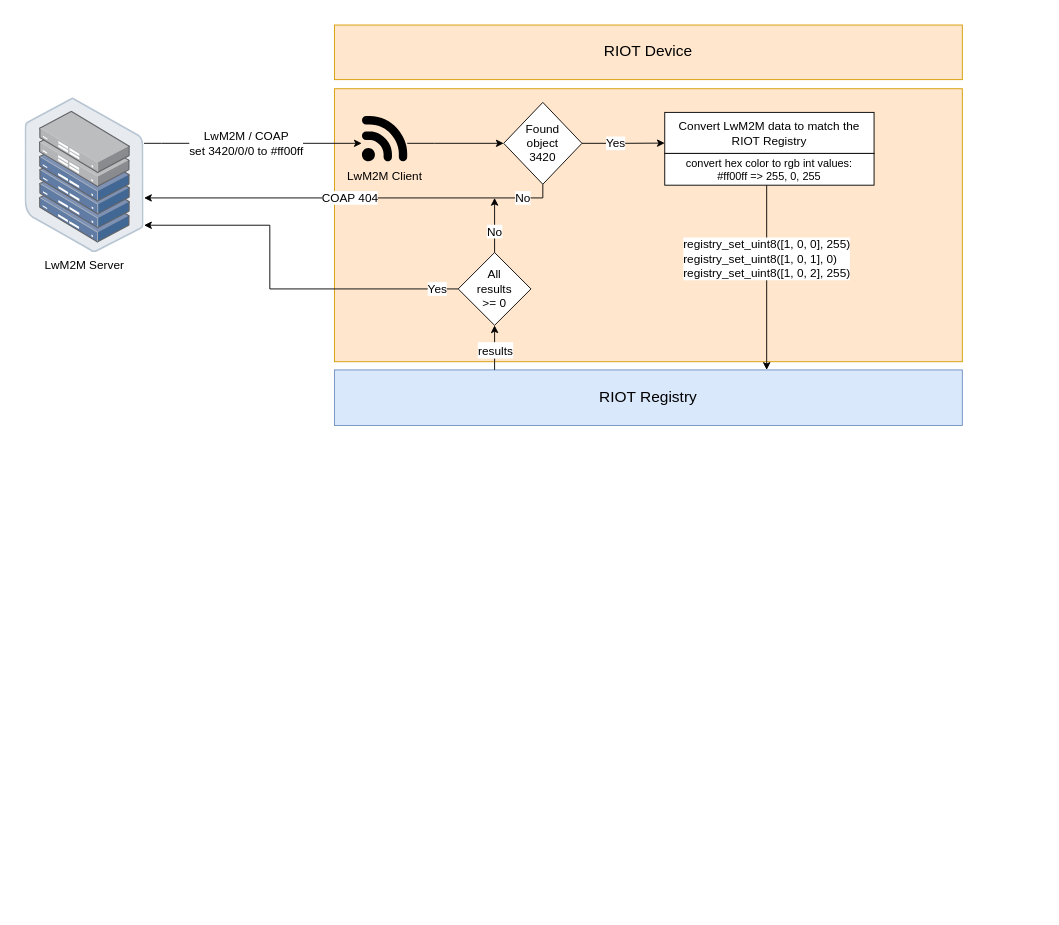
This is doc/drawio/lwm2m_integration_flow.drawio from LasseRosenow/riot-runtime-config, a draw.io file, before an edit. Source tidied: cells renumbered, new cells numbered last; positions are measured from the earlier drawing's top-left corner, leaving out a move shared by most shapes. Both pictures are drawn from the tidied source at 91%, with x=0, y=0 at pixel (15, 15).
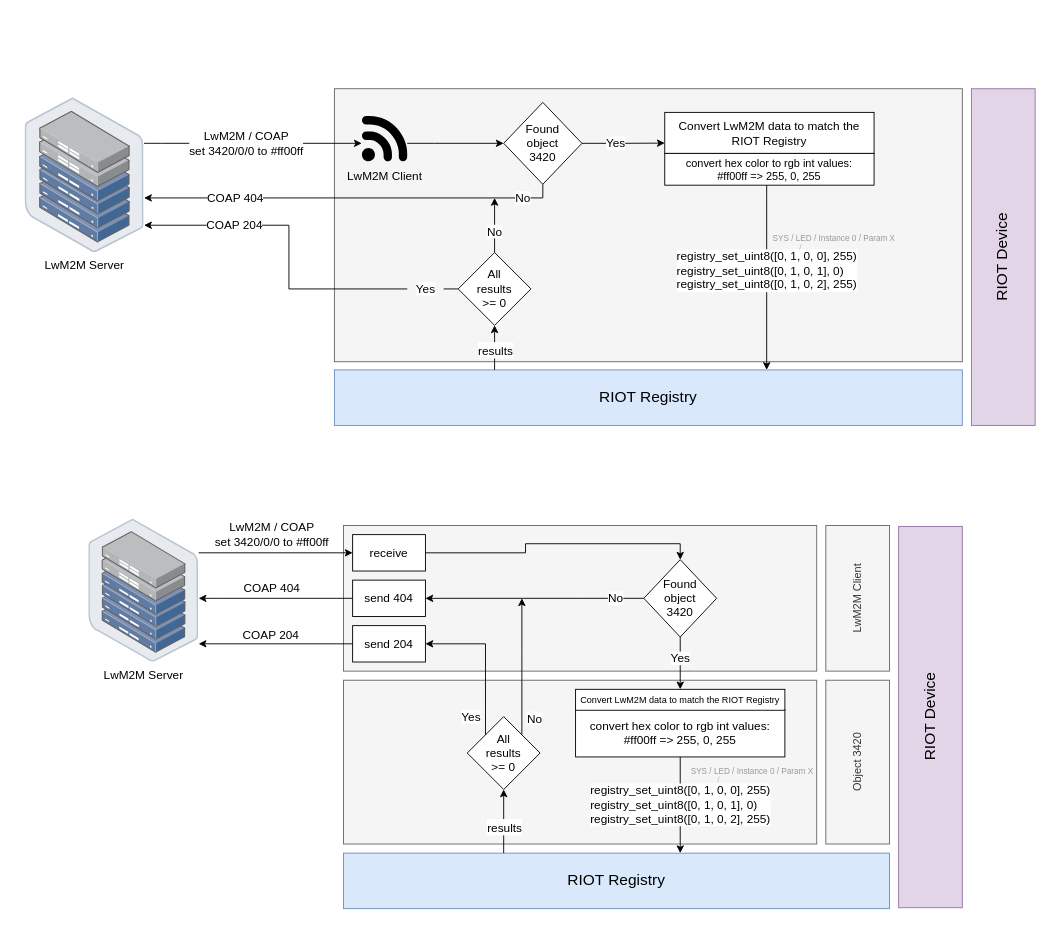
Above is the later version.

The change refers to these unchanged cells:
```xml
<mxCell id="4" value="&lt;font style=&quot;font-size: 13px&quot;&gt;LwM2M Server&lt;/font&gt;" style="points=[];html=1;align=center;shadow=0;dashed=0;image;image=img/lib/allied_telesis/storage/Datacenter_Server_Half_Rack_ToR.svg;" parent="1" vertex="1">
  <mxGeometry x="10" y="90" width="130.8" height="170" as="geometry" />
</mxCell>
<mxCell id="7" value="&lt;font style=&quot;font-size: 13px&quot;&gt;Found &lt;br&gt;object&lt;br&gt;3420&lt;/font&gt;" style="rhombus;whiteSpace=wrap;html=1;" parent="1" vertex="1">
  <mxGeometry x="536" y="95" width="86" height="90" as="geometry" />
</mxCell>
<mxCell id="13" value="&lt;font style=&quot;font-size: 17px&quot;&gt;RIOT Registry&lt;/font&gt;" style="rounded=0;whiteSpace=wrap;html=1;fillColor=#dae8fc;strokeColor=#6c8ebf;" parent="1" vertex="1">
  <mxGeometry x="350" y="389" width="690" height="61" as="geometry" />
</mxCell>
<mxCell id="17" value="&lt;font style=&quot;font-size: 13px&quot;&gt;All &lt;br&gt;results &lt;br&gt;&amp;gt;= 0&lt;/font&gt;" style="rhombus;whiteSpace=wrap;html=1;" parent="1" vertex="1">
  <mxGeometry x="486" y="260" width="80" height="80" as="geometry" />
</mxCell>
<mxCell id="21" value="&lt;font style=&quot;font-size: 12px&quot;&gt;convert hex color to rgb int values:&lt;br&gt;#ff00ff =&amp;gt; 255, 0, 255&lt;br&gt;&lt;/font&gt;" style="rounded=0;whiteSpace=wrap;html=1;" parent="20" vertex="1">
  <mxGeometry y="45" width="230" height="35" as="geometry" />
</mxCell>
```

Change to the diagram source:
```diff
@@
+    <mxCell id="23" style="rounded=0;whiteSpace=wrap;html=1;fillColor=#f5f5f5;strokeColor=#666666;fontColor=#333333;" parent="1" vertex="1">
+      <mxGeometry x="360" y="730" width="520" height="180" as="geometry" />
+    </mxCell>
     <mxCell id="2" style="rounded=0;whiteSpace=wrap;html=1;strokeColor=none;" parent="1" vertex="1">
-      <mxGeometry width="1050" height="460" as="geometry" />
+      <mxGeometry y="70" width="1130" height="400" as="geometry" />
     </mxCell>
-    <mxCell id="3" style="rounded=0;whiteSpace=wrap;html=1;fillColor=#ffe6cc;strokeColor=#d79b00;" parent="1" vertex="1">
+    <mxCell id="3" style="rounded=0;whiteSpace=wrap;html=1;fillColor=#f5f5f5;strokeColor=#666666;fontColor=#333333;" parent="1" vertex="1">
       <mxGeometry x="350" y="80" width="690" height="300" as="geometry" />
     </mxCell>
@@
     <mxCell id="6" value="&lt;font style=&quot;font-size: 13px&quot;&gt;COAP 404&lt;/font&gt;" style="edgeStyle=elbowEdgeStyle;rounded=0;html=1;startArrow=none;exitX=0.5;exitY=1;exitDx=0;exitDy=0;" parent="1" edge="1" source="7" target="4">
-      <mxGeometry relative="1" as="geometry">
+      <mxGeometry x="0.56" relative="1" as="geometry">
         <Array as="points">
           <mxPoint x="579" y="200" />
           <mxPoint x="460" y="200" />
         </Array>
       </mxGeometry>
     </mxCell>
@@
-    <mxCell id="9" value="&lt;font style=&quot;font-size: 17px&quot;&gt;RIOT Device&lt;/font&gt;" style="rounded=0;whiteSpace=wrap;html=1;fillColor=#ffe6cc;strokeColor=#d79b00;" parent="1" vertex="1">
-      <mxGeometry x="350" y="10" width="690" height="60" as="geometry" />
-    </mxCell>
@@
-    <mxCell id="14" value="&lt;font style=&quot;font-size: 13px&quot;&gt;&lt;font style=&quot;font-size: 13px&quot;&gt;registry_set_uint8([1, 0, 0], 255)&lt;br&gt;&lt;/font&gt;&lt;/font&gt;&lt;div style=&quot;text-align: left ; font-size: 13px&quot;&gt;&lt;font style=&quot;font-size: 13px&quot;&gt;registry_set_uint8([1, 0, 1], 0)&lt;/font&gt;&lt;/div&gt;&lt;font style=&quot;font-size: 13px&quot;&gt;registry_set_uint8([1, 0, 2], 255)&lt;/font&gt;" style="edgeStyle=elbowEdgeStyle;rounded=0;html=1;" parent="1" edge="1" source="21" target="13">
-      <mxGeometry x="-0.2" relative="1" as="geometry">
+    <mxCell id="14" value="&lt;font style=&quot;font-size: 13px&quot;&gt;&lt;font style=&quot;font-size: 13px&quot;&gt;registry_set_uint8([0, 1, 0, 0], 255)&lt;br&gt;&lt;/font&gt;&lt;/font&gt;&lt;div style=&quot;text-align: left ; font-size: 13px&quot;&gt;&lt;font style=&quot;font-size: 13px&quot;&gt;registry_set_uint8([0, 1, 0, 1], 0)&lt;/font&gt;&lt;/div&gt;&lt;font style=&quot;font-size: 13px&quot;&gt;registry_set_uint8([0, 1, 0, 2], 255)&lt;/font&gt;" style="edgeStyle=elbowEdgeStyle;rounded=0;html=1;" parent="1" edge="1" source="21" target="13">
+      <mxGeometry x="-0.07" relative="1" as="geometry">
         <Array as="points">
           <mxPoint x="825" y="200" />
           <mxPoint x="825" y="260" />
           <mxPoint x="470" y="150" />
         </Array>
       </mxGeometry>
     </mxCell>
@@
-    <mxCell id="19" value="&lt;font style=&quot;font-size: 13px&quot;&gt;Yes&lt;/font&gt;" style="edgeStyle=elbowEdgeStyle;rounded=0;html=1;exitX=0;exitY=0.5;exitDx=0;exitDy=0;" parent="1" edge="1" source="17" target="4">
-      <mxGeometry x="-0.89" relative="1" as="geometry">
+    <mxCell id="19" value="&lt;font style=&quot;font-size: 13px&quot;&gt;COAP 204&lt;/font&gt;" style="edgeStyle=elbowEdgeStyle;rounded=0;html=1;exitX=0;exitY=0.5;exitDx=0;exitDy=0;startArrow=none;" parent="1" edge="1" source="26" target="4">
+      <mxGeometry x="0.45" relative="1" as="geometry">
         <Array as="points">
+          <mxPoint x="300" y="230" />
           <mxPoint x="279" y="230" />
           <mxPoint x="279" y="210" />
         </Array>
       </mxGeometry>
     </mxCell>
@@
+    <mxCell id="24" value="&lt;span style=&quot;font-family: &amp;#34;helvetica&amp;#34; ; font-style: normal ; font-weight: 400 ; letter-spacing: normal ; text-align: center ; text-indent: 0px ; text-transform: none ; word-spacing: 0px ; display: inline ; float: none&quot;&gt;&lt;font style=&quot;font-size: 9px&quot; color=&quot;#999999&quot;&gt;SYS / LED / Instance 0 / Param X&lt;/font&gt;&lt;/span&gt;" style="text;whiteSpace=wrap;html=1;fillColor=none;" parent="1" vertex="1">
+      <mxGeometry x="830" y="230" width="140" height="30" as="geometry" />
+    </mxCell>
+    <mxCell id="25" style="endArrow=none;html=1;fontSize=9;fontColor=#999999;strokeColor=#999999;strokeWidth=0.5;" parent="1" edge="1">
+      <mxGeometry relative="1" as="geometry">
+        <mxPoint x="861" y="257" as="sourcePoint" />
+        <mxPoint x="863" y="251" as="targetPoint" />
+      </mxGeometry>
+    </mxCell>
+    <mxCell id="26" value="&lt;font style=&quot;background-color: rgb(255 , 255 , 255) ; font-size: 13px&quot;&gt;Yes&lt;/font&gt;" style="text;html=1;align=center;verticalAlign=middle;points=[];strokeColor=none;fillColor=none;strokeWidth=0;" parent="1" vertex="1">
+      <mxGeometry x="430" y="290" width="40" height="20" as="geometry" />
+    </mxCell>
+    <mxCell id="27" style="edgeStyle=elbowEdgeStyle;rounded=0;html=1;exitX=0;exitY=0.5;exitDx=0;exitDy=0;endArrow=none;" parent="1" edge="1" source="17" target="26">
+      <mxGeometry x="0.52" relative="1" as="geometry" />
+    </mxCell>
+    <mxCell id="28" value="&lt;font style=&quot;font-size: 17px&quot;&gt;RIOT Device&lt;/font&gt;" style="rounded=0;whiteSpace=wrap;html=1;fillColor=#e1d5e7;strokeColor=#9673a6;horizontal=0;" parent="1" vertex="1">
+      <mxGeometry x="1050" y="80" width="70" height="370" as="geometry" />
+    </mxCell>
+    <mxCell id="29" style="rounded=0;whiteSpace=wrap;html=1;fillColor=#f5f5f5;strokeColor=#666666;fontColor=#333333;" parent="1" vertex="1">
+      <mxGeometry x="360" y="560" width="520" height="160" as="geometry" />
+    </mxCell>
+    <mxCell id="30" value="&lt;font style=&quot;font-size: 13px&quot;&gt;LwM2M Server&lt;/font&gt;" style="points=[];html=1;align=center;shadow=0;dashed=0;image;image=img/lib/allied_telesis/storage/Datacenter_Server_Half_Rack_ToR.svg;" parent="1" vertex="1">
+      <mxGeometry x="80" y="553" width="120.8" height="157" as="geometry" />
+    </mxCell>
+    <mxCell id="31" value="&lt;font style=&quot;font-size: 13px&quot;&gt;LwM2M / COAP&lt;br&gt;set 3420/0/0 to #ff00ff&lt;/font&gt;" style="edgeStyle=elbowEdgeStyle;rounded=0;html=1;" parent="1" edge="1" source="30" target="49">
+      <mxGeometry x="-0.06" y="20" relative="1" as="geometry">
+        <Array as="points">
+          <mxPoint x="310" y="590" />
+          <mxPoint x="190" y="590" />
+        </Array>
+      </mxGeometry>
+    </mxCell>
+    <mxCell id="32" value="&lt;font style=&quot;font-size: 13px&quot;&gt;No&lt;/font&gt;" style="edgeStyle=elbowEdgeStyle;rounded=0;html=1;startArrow=none;exitX=0;exitY=0.5;exitDx=0;exitDy=0;" parent="1" edge="1" source="33" target="50">
+      <mxGeometry x="-0.74" relative="1" as="geometry">
+        <Array as="points">
+          <mxPoint x="620" y="640" />
+          <mxPoint x="589" y="680" />
+          <mxPoint x="470" y="680" />
+        </Array>
+      </mxGeometry>
+    </mxCell>
+    <mxCell id="33" value="&lt;font style=&quot;font-size: 13px&quot;&gt;Found &lt;br&gt;object&lt;br&gt;3420&lt;/font&gt;" style="rhombus;whiteSpace=wrap;html=1;" parent="1" vertex="1">
+      <mxGeometry x="690" y="597.5" width="80" height="85" as="geometry" />
+    </mxCell>
+    <mxCell id="34" value="&lt;font style=&quot;font-size: 13px&quot;&gt;Yes&lt;/font&gt;" style="edgeStyle=elbowEdgeStyle;rounded=0;html=1;exitX=0.5;exitY=1;exitDx=0;exitDy=0;" parent="1" edge="1" source="33" target="56">
+      <mxGeometry x="-0.2" relative="1" as="geometry" />
+    </mxCell>
+    <mxCell id="35" style="edgeStyle=orthogonalEdgeStyle;rounded=0;html=1;entryX=0.5;entryY=0;entryDx=0;entryDy=0;exitX=1;exitY=0.5;exitDx=0;exitDy=0;" parent="1" edge="1" source="49" target="33">
+      <mxGeometry x="-0.2" relative="1" as="geometry">
+        <Array as="points">
+          <mxPoint x="560" y="590" />
+          <mxPoint x="560" y="580" />
+          <mxPoint x="730" y="580" />
+        </Array>
+      </mxGeometry>
+    </mxCell>
+    <mxCell id="36" value="&lt;font style=&quot;font-size: 17px&quot;&gt;RIOT Registry&lt;/font&gt;" style="rounded=0;whiteSpace=wrap;html=1;fillColor=#dae8fc;strokeColor=#6c8ebf;" parent="1" vertex="1">
+      <mxGeometry x="360" y="920" width="600" height="61" as="geometry" />
+    </mxCell>
+    <mxCell id="37" value="&lt;font style=&quot;font-size: 13px&quot;&gt;&lt;font style=&quot;font-size: 13px&quot;&gt;registry_set_uint8([0, 1, 0, 0], 255)&lt;br&gt;&lt;/font&gt;&lt;/font&gt;&lt;div style=&quot;text-align: left ; font-size: 13px&quot;&gt;&lt;font style=&quot;font-size: 13px&quot;&gt;registry_set_uint8([0, 1, 0, 1], 0)&lt;/font&gt;&lt;/div&gt;&lt;font style=&quot;font-size: 13px&quot;&gt;registry_set_uint8([0, 1, 0, 2], 255)&lt;/font&gt;" style="edgeStyle=elbowEdgeStyle;rounded=0;html=1;" parent="1" edge="1" source="55" target="36">
+      <mxGeometry relative="1" as="geometry" />
+    </mxCell>
+    <mxCell id="38" style="edgeStyle=elbowEdgeStyle;rounded=0;html=1;entryX=0.5;entryY=1;entryDx=0;entryDy=0;" parent="1" edge="1" source="36" target="40">
+      <mxGeometry relative="1" as="geometry" />
+    </mxCell>
+    <mxCell id="39" value="&lt;font style=&quot;font-size: 13px&quot;&gt;results&lt;/font&gt;" style="edgeLabel;html=1;align=center;verticalAlign=middle;fontSize=15;" parent="38" vertex="1">
+      <mxGeometry x="-0.33" y="2" relative="1" as="geometry">
+        <mxPoint x="2" y="-7" as="offset" />
+      </mxGeometry>
+    </mxCell>
+    <mxCell id="40" value="&lt;font style=&quot;font-size: 13px&quot;&gt;All &lt;br&gt;results &lt;br&gt;&amp;gt;= 0&lt;/font&gt;" style="rhombus;whiteSpace=wrap;html=1;" parent="1" vertex="1">
+      <mxGeometry x="496" y="770" width="80" height="80" as="geometry" />
+    </mxCell>
+    <mxCell id="41" value="&lt;font style=&quot;font-size: 13px&quot;&gt;No&lt;/font&gt;" style="edgeStyle=elbowEdgeStyle;rounded=0;html=1;exitX=1;exitY=0;exitDx=0;exitDy=0;" parent="1" edge="1" source="40">
+      <mxGeometry x="-0.76" y="-14" relative="1" as="geometry">
+        <mxPoint x="556" y="640" as="targetPoint" />
+        <Array as="points">
+          <mxPoint x="556" y="700" />
+          <mxPoint x="570" y="690" />
+          <mxPoint x="536" y="700" />
+          <mxPoint x="536" y="760" />
+          <mxPoint x="536" y="720" />
+          <mxPoint x="490" y="690" />
+          <mxPoint x="480" y="630" />
+        </Array>
+      </mxGeometry>
+    </mxCell>
+    <mxCell id="42" value="&lt;font style=&quot;font-size: 13px&quot;&gt;Yes&lt;/font&gt;" style="edgeStyle=elbowEdgeStyle;rounded=0;html=1;startArrow=none;exitX=0;exitY=0;exitDx=0;exitDy=0;" parent="1" edge="1" source="40" target="52">
+      <mxGeometry x="-0.76" y="16" relative="1" as="geometry">
+        <Array as="points">
+          <mxPoint x="516" y="750" />
+          <mxPoint x="500" y="750" />
+          <mxPoint x="500" y="740" />
+        </Array>
+      </mxGeometry>
+    </mxCell>
+    <mxCell id="43" value="&lt;font style=&quot;font-size: 17px&quot;&gt;RIOT Device&lt;/font&gt;" style="rounded=0;whiteSpace=wrap;html=1;fillColor=#e1d5e7;strokeColor=#9673a6;horizontal=0;" parent="1" vertex="1">
+      <mxGeometry x="970" y="561" width="70" height="419" as="geometry" />
+    </mxCell>
+    <mxCell id="44" style="group;" parent="1" vertex="1">
+      <mxGeometry x="740" y="815" width="140" height="30" as="geometry" />
+    </mxCell>
+    <mxCell id="45" value="&lt;span style=&quot;font-family: &amp;#34;helvetica&amp;#34; ; font-style: normal ; font-weight: 400 ; letter-spacing: normal ; text-align: center ; text-indent: 0px ; text-transform: none ; word-spacing: 0px ; display: inline ; float: none&quot;&gt;&lt;font style=&quot;font-size: 9px&quot; color=&quot;#999999&quot;&gt;SYS / LED / Instance 0 / Param X&lt;/font&gt;&lt;/span&gt;" style="text;whiteSpace=wrap;html=1;fillColor=none;" parent="44" vertex="1">
+      <mxGeometry width="140" height="30" as="geometry" />
+    </mxCell>
+    <mxCell id="46" style="endArrow=none;html=1;fontSize=9;fontColor=#999999;strokeColor=#999999;strokeWidth=0.5;" parent="44" edge="1">
+      <mxGeometry relative="1" as="geometry">
+        <mxPoint x="31" y="27" as="sourcePoint" />
+        <mxPoint x="33" y="21" as="targetPoint" />
+      </mxGeometry>
+    </mxCell>
+    <mxCell id="47" value="LwM2M Client" style="rounded=0;whiteSpace=wrap;html=1;fillColor=#f5f5f5;strokeColor=#666666;fontColor=#333333;horizontal=0;" parent="1" vertex="1">
+      <mxGeometry x="890" y="560" width="70" height="160" as="geometry" />
+    </mxCell>
+    <mxCell id="48" value="Object 3420" style="rounded=0;whiteSpace=wrap;html=1;fillColor=#f5f5f5;strokeColor=#666666;fontColor=#333333;horizontal=0;" parent="1" vertex="1">
+      <mxGeometry x="890" y="730" width="70" height="180" as="geometry" />
+    </mxCell>
+    <mxCell id="49" value="&lt;font color=&quot;#000000&quot; style=&quot;font-size: 13px&quot;&gt;receive&lt;/font&gt;" style="rounded=0;whiteSpace=wrap;html=1;labelBackgroundColor=none;fontSize=17;" parent="1" vertex="1">
+      <mxGeometry x="370" y="570" width="80" height="40" as="geometry" />
+    </mxCell>
+    <mxCell id="50" value="&lt;font color=&quot;#000000&quot; style=&quot;font-size: 13px&quot;&gt;send 404&lt;/font&gt;" style="rounded=0;whiteSpace=wrap;html=1;labelBackgroundColor=none;fontSize=17;" parent="1" vertex="1">
+      <mxGeometry x="370" y="620" width="80" height="40" as="geometry" />
+    </mxCell>
+    <mxCell id="51" value="&lt;font style=&quot;font-size: 13px&quot;&gt;COAP 404&lt;/font&gt;" style="edgeStyle=elbowEdgeStyle;rounded=0;html=1;startArrow=none;" parent="1" edge="1" source="50" target="30">
+      <mxGeometry x="0.05" y="-11" relative="1" as="geometry">
+        <Array as="points">
+          <mxPoint x="220" y="640" />
+        </Array>
+      </mxGeometry>
+    </mxCell>
+    <mxCell id="52" value="&lt;font color=&quot;#000000&quot; style=&quot;font-size: 13px&quot;&gt;send 204&lt;/font&gt;" style="rounded=0;whiteSpace=wrap;html=1;labelBackgroundColor=none;fontSize=17;" parent="1" vertex="1">
+      <mxGeometry x="370" y="670" width="80" height="40" as="geometry" />
+    </mxCell>
+    <mxCell id="53" value="&lt;font style=&quot;font-size: 13px&quot;&gt;COAP 204&lt;/font&gt;" style="edgeStyle=elbowEdgeStyle;rounded=0;html=1;startArrow=none;" parent="1" edge="1" source="52" target="30">
+      <mxGeometry x="0.06" y="-10" relative="1" as="geometry">
+        <Array as="points">
+          <mxPoint x="220" y="690" />
+        </Array>
+      </mxGeometry>
+    </mxCell>
+    <mxCell id="54" style="group;" parent="1" vertex="1">
+      <mxGeometry x="615" y="740" width="230" height="74.2" as="geometry" />
+    </mxCell>
+    <mxCell id="55" value="&lt;font style=&quot;font-size: 13px&quot;&gt;convert hex color to rgb int values:&lt;br&gt;#ff00ff =&amp;gt; 255, 0, 255&lt;br&gt;&lt;/font&gt;" style="rounded=0;whiteSpace=wrap;html=1;" parent="54" vertex="1">
+      <mxGeometry y="21.8" width="230" height="52.5" as="geometry" />
+    </mxCell>
+    <mxCell id="56" value="&lt;font style=&quot;font-size: 10px&quot;&gt;Convert LwM2M data to match the RIOT Registry&lt;/font&gt;" style="rounded=0;whiteSpace=wrap;html=1;" parent="54" vertex="1">
+      <mxGeometry width="230" height="23" as="geometry" />
+    </mxCell>
```
